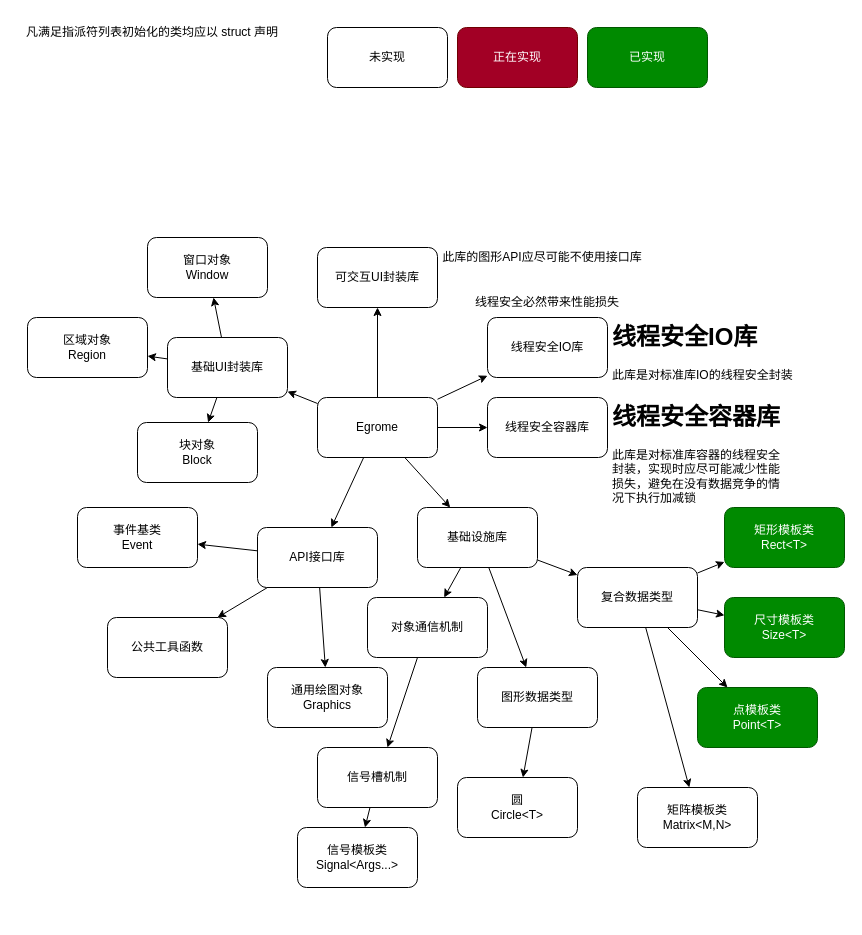
Before: des.dio in Anglebase/GraceFt, a draw.io diagram. Source tidied: cells renumbered, new cells numbered last; positions are measured from the earlier drawing's top-left corner, leaving out a move shared by most shapes. Both pictures are drawn from the tidied source at 100%, with x=0, y=0 at pixel (17, 17).
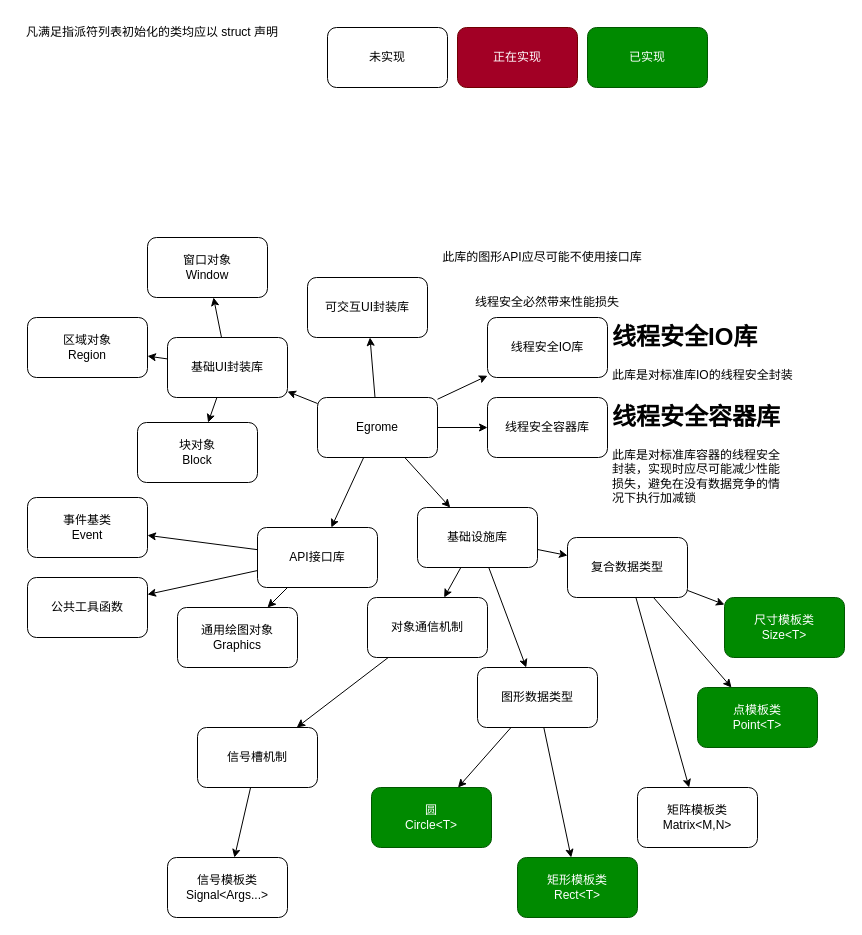
After the change.

Unchanged cells that the change refers to:
```xml
<mxCell id="53" value="图形数据类型" style="rounded=1;whiteSpace=wrap;html=1;" parent="1" vertex="1">
  <mxGeometry x="460" y="650" width="120" height="60" as="geometry" />
</mxCell>
```

What changed in the source:
```diff
@@
-    <mxCell id="16" style="edgeStyle=none;html=1;" parent="1" edge="1" source="18" target="23">
+    <mxCell id="16" style="edgeStyle=none;html=1;" parent="1" edge="1" source="53" target="23">
       <mxGeometry relative="1" as="geometry" />
     </mxCell>
@@
     <mxCell id="18" value="复合数据类型" style="rounded=1;whiteSpace=wrap;html=1;" parent="1" vertex="1">
-      <mxGeometry x="560" y="550" width="120" height="60" as="geometry" />
+      <mxGeometry x="550" y="520" width="120" height="60" as="geometry" />
     </mxCell>
@@
     <mxCell id="23" value="矩形模板类&lt;br&gt;Rect&amp;lt;T&amp;gt;" style="rounded=1;whiteSpace=wrap;html=1;fillColor=#008a00;fontColor=#ffffff;strokeColor=#005700;" parent="1" vertex="1">
-      <mxGeometry x="707" y="490" width="120" height="60" as="geometry" />
+      <mxGeometry x="500" y="840" width="120" height="60" as="geometry" />
     </mxCell>
@@
     <mxCell id="25" value="信号槽机制" style="rounded=1;whiteSpace=wrap;html=1;" parent="1" vertex="1">
-      <mxGeometry x="300" y="730" width="120" height="60" as="geometry" />
+      <mxGeometry x="180" y="710" width="120" height="60" as="geometry" />
     </mxCell>
     <mxCell id="26" value="信号模板类&lt;br&gt;Signal&amp;lt;Args...&amp;gt;" style="rounded=1;whiteSpace=wrap;html=1;" parent="1" vertex="1">
-      <mxGeometry x="280" y="810" width="120" height="60" as="geometry" />
+      <mxGeometry x="150" y="840" width="120" height="60" as="geometry" />
     </mxCell>
@@
     <mxCell id="30" value="可交互UI封装库" style="rounded=1;whiteSpace=wrap;html=1;" parent="1" vertex="1">
-      <mxGeometry x="300" y="230" width="120" height="60" as="geometry" />
+      <mxGeometry x="290" y="260" width="120" height="60" as="geometry" />
     </mxCell>
@@
     <mxCell id="41" value="通用绘图对象&lt;br&gt;Graphics" style="rounded=1;whiteSpace=wrap;html=1;" parent="1" vertex="1">
-      <mxGeometry x="250" y="650" width="120" height="60" as="geometry" />
+      <mxGeometry x="160" y="590" width="120" height="60" as="geometry" />
     </mxCell>
@@
     <mxCell id="46" value="事件基类&lt;br&gt;Event" style="rounded=1;whiteSpace=wrap;html=1;" parent="1" vertex="1">
-      <mxGeometry x="60" y="490" width="120" height="60" as="geometry" />
+      <mxGeometry x="10" y="480" width="120" height="60" as="geometry" />
     </mxCell>
     <mxCell id="47" value="公共工具函数" style="rounded=1;whiteSpace=wrap;html=1;" parent="1" vertex="1">
-      <mxGeometry x="90" y="600" width="120" height="60" as="geometry" />
+      <mxGeometry x="10" y="560" width="120" height="60" as="geometry" />
     </mxCell>
@@
-    <mxCell id="54" value="圆&lt;br&gt;Circle&amp;lt;T&amp;gt;" style="rounded=1;whiteSpace=wrap;html=1;" parent="1" vertex="1">
-      <mxGeometry x="440" y="760" width="120" height="60" as="geometry" />
+    <mxCell id="54" value="圆&lt;br&gt;Circle&amp;lt;T&amp;gt;" style="rounded=1;whiteSpace=wrap;html=1;fillColor=#008a00;fontColor=#ffffff;strokeColor=#005700;" parent="1" vertex="1">
+      <mxGeometry x="354" y="770" width="120" height="60" as="geometry" />
     </mxCell>
```
